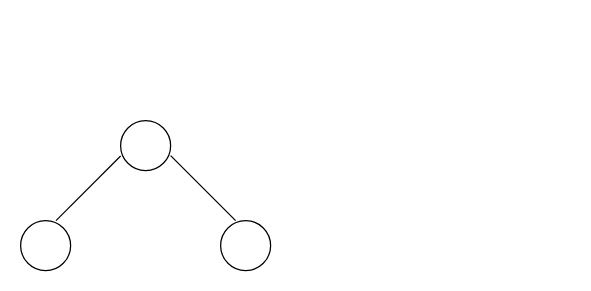
The draw.io diagram 未命名绘图.drawio in GEDYBOY/gedy, before the edit. Source tidied: cells renumbered, new cells numbered last; positions are measured from the earlier drawing's top-left corner, leaving out a move shared by most shapes. Both pictures are drawn from the tidied source at 125%, with x=0, y=0 at pixel (20, 120).
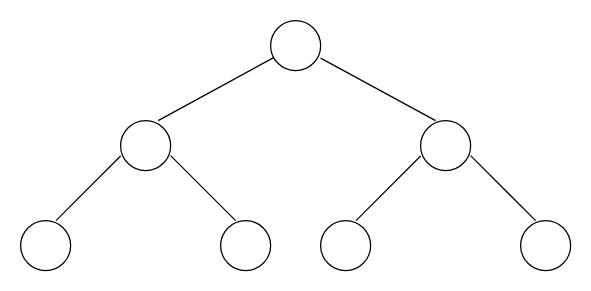
The same diagram, later.

Commit message (it also covers changes not shown here):
更新未命名绘图.drawio

What changed in the source:
```diff
@@
+    <mxCell id="7" style="ellipse;whiteSpace=wrap;html=1;" parent="1" vertex="1">
+      <mxGeometry x="320" width="40" height="40" as="geometry" />
+    </mxCell>
+    <mxCell id="8" style="ellipse;whiteSpace=wrap;html=1;" parent="1" vertex="1">
+      <mxGeometry x="240" y="80" width="40" height="40" as="geometry" />
+    </mxCell>
+    <mxCell id="9" style="ellipse;whiteSpace=wrap;html=1;" parent="1" vertex="1">
+      <mxGeometry x="400" y="80" width="40" height="40" as="geometry" />
+    </mxCell>
+    <mxCell id="10" style="endArrow=none;html=1;rounded=0;entryX=0;entryY=1;entryDx=0;entryDy=0;" parent="1" edge="1">
+      <mxGeometry relative="1" as="geometry">
+        <mxPoint x="268.3" y="80" as="sourcePoint" />
+        <mxPoint x="320" y="28.3" as="targetPoint" />
+      </mxGeometry>
+    </mxCell>
+    <mxCell id="11" style="endArrow=none;html=1;rounded=0;entryX=0;entryY=1;entryDx=0;entryDy=0;" parent="1" edge="1">
+      <mxGeometry relative="1" as="geometry">
+        <mxPoint x="360" y="28" as="sourcePoint" />
+        <mxPoint x="412" y="80" as="targetPoint" />
+      </mxGeometry>
+    </mxCell>
+    <mxCell id="12" style="ellipse;whiteSpace=wrap;html=1;" parent="1" vertex="1">
+      <mxGeometry x="200" y="-80" width="40" height="40" as="geometry" />
+    </mxCell>
+    <mxCell id="13" style="endArrow=none;html=1;rounded=0;" parent="1" edge="1" target="12">
+      <mxGeometry relative="1" as="geometry">
+        <mxPoint x="110" as="sourcePoint" />
+      </mxGeometry>
+    </mxCell>
+    <mxCell id="14" style="endArrow=none;html=1;rounded=0;" parent="1" edge="1">
+      <mxGeometry relative="1" as="geometry">
+        <mxPoint x="332" as="sourcePoint" />
+        <mxPoint x="240" y="-50" as="targetPoint" />
+      </mxGeometry>
+    </mxCell>
```
